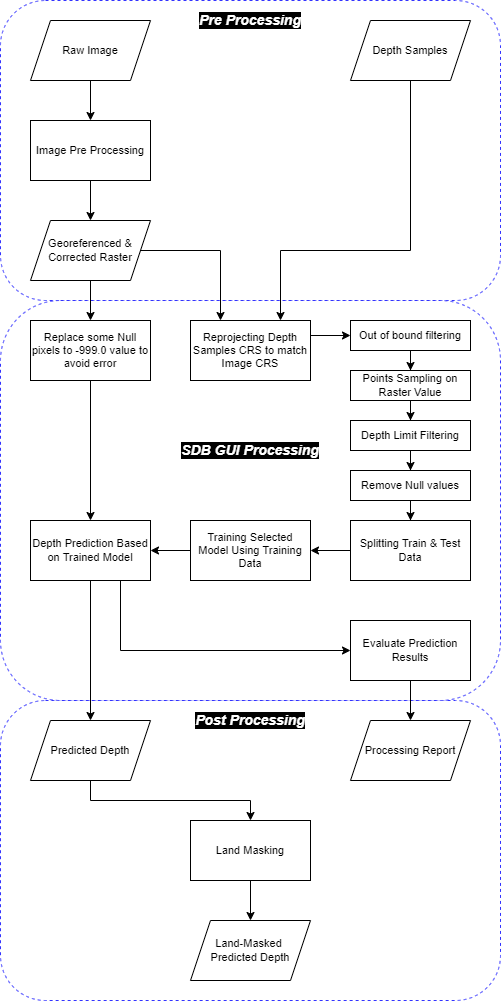
Before: workflow_sdb_gui.png, a diagram exported from draw.io (rifqiharrys/sdb_gui). Source tidied: cells renumbered, new cells last; positions are measured from the earlier drawing's top-left corner, leaving out a move shared by most shapes.
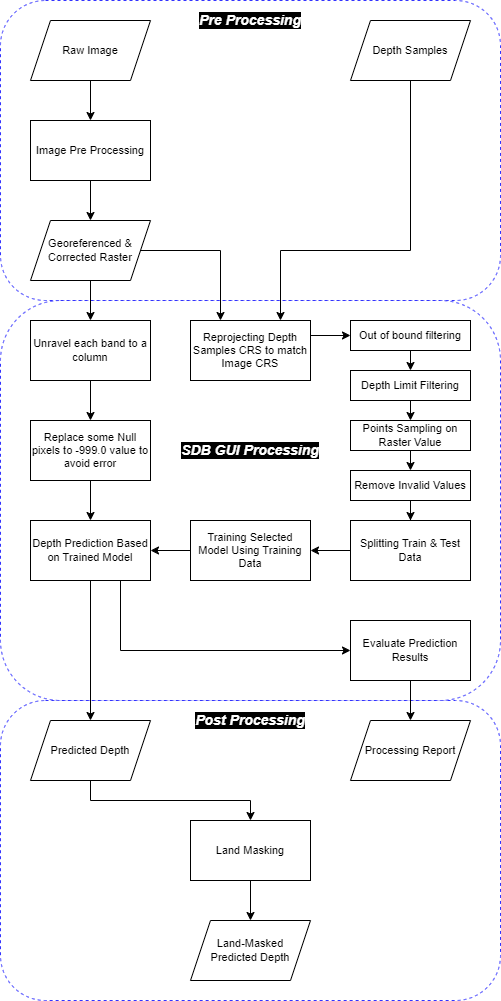
After the commit.

What changed in the source:
```diff
@@ -14,7 +14,7 @@
     <mxCell id="5" style="edgeStyle=orthogonalEdgeStyle;rounded=0;jettySize=auto;html=1;fontSize=11;entryX=0.25;entryY=0;entryDx=0;entryDy=0;" parent="1" edge="1" source="7" target="11">
       <mxGeometry relative="1" as="geometry" />
     </mxCell>
-    <mxCell id="6" style="edgeStyle=orthogonalEdgeStyle;rounded=0;jettySize=auto;html=1;" parent="1" edge="1" source="7" target="35">
+    <mxCell id="6" style="edgeStyle=orthogonalEdgeStyle;rounded=0;jettySize=auto;html=1;entryX=0.5;entryY=0;entryDx=0;entryDy=0;" parent="1" edge="1" source="7" target="44">
       <mxGeometry relative="1" as="geometry" />
     </mxCell>
     <mxCell id="7" value="Georeferenced &amp;amp; Corrected Raster" style="shape=parallelogram;perimeter=parallelogramPerimeter;whiteSpace=wrap;html=1;fixedSize=1;fontSize=11;" parent="1" vertex="1">
@@ -107,9 +107,9 @@
       <mxGeometry relative="1" as="geometry" />
     </mxCell>
     <mxCell id="35" value="Replace some Null pixels to -999.0 value to avoid error" style="rounded=0;whiteSpace=wrap;html=1;fontSize=11;" parent="1" vertex="1">
-      <mxGeometry x="30" y="320" width="120" height="60" as="geometry" />
+      <mxGeometry x="30" y="420" width="120" height="60" as="geometry" />
     </mxCell>
-    <mxCell id="36" style="edgeStyle=orthogonalEdgeStyle;rounded=0;jettySize=auto;html=1;exitX=0.5;exitY=1;exitDx=0;exitDy=0;" parent="1" edge="1" source="37" target="41">
+    <mxCell id="36" style="edgeStyle=orthogonalEdgeStyle;rounded=0;jettySize=auto;html=1;exitX=0.5;exitY=1;exitDx=0;exitDy=0;entryX=0.5;entryY=0;entryDx=0;entryDy=0;" parent="1" edge="1" source="37" target="43">
       <mxGeometry relative="1" as="geometry" />
     </mxCell>
     <mxCell id="37" value="Out of bound filtering" style="rounded=0;whiteSpace=wrap;html=1;fontSize=11;" parent="1" vertex="1">
@@ -118,20 +118,28 @@
     <mxCell id="38" style="edgeStyle=orthogonalEdgeStyle;rounded=0;jettySize=auto;html=1;exitX=0.5;exitY=1;exitDx=0;exitDy=0;" parent="1" edge="1" source="39" target="25">
       <mxGeometry relative="1" as="geometry" />
     </mxCell>
-    <mxCell id="39" value="Remove Null values" style="rounded=0;whiteSpace=wrap;html=1;fontSize=11;" parent="1" vertex="1">
+    <mxCell id="39" value="Remove Invalid Values" style="rounded=0;whiteSpace=wrap;html=1;fontSize=11;" parent="1" vertex="1">
       <mxGeometry x="350" y="470" width="120" height="30" as="geometry" />
     </mxCell>
-    <mxCell id="40" style="edgeStyle=orthogonalEdgeStyle;rounded=0;jettySize=auto;html=1;exitX=0.5;exitY=1;exitDx=0;exitDy=0;" parent="1" edge="1" source="41" target="43">
-      <mxGeometry relative="1" as="geometry" />
+    <mxCell id="40" style="edgeStyle=orthogonalEdgeStyle;rounded=0;jettySize=auto;html=1;exitX=0.5;exitY=1;exitDx=0;exitDy=0;" parent="1" edge="1" source="41">
+      <mxGeometry relative="1" as="geometry">
+        <mxPoint x="410" y="470" as="targetPoint" />
+      </mxGeometry>
     </mxCell>
     <mxCell id="41" value="Points Sampling on Raster Value" style="rounded=0;whiteSpace=wrap;html=1;fontSize=11;" parent="1" vertex="1">
-      <mxGeometry x="350" y="370" width="120" height="30" as="geometry" />
+      <mxGeometry x="350" y="420" width="120" height="30" as="geometry" />
     </mxCell>
-    <mxCell id="42" style="edgeStyle=orthogonalEdgeStyle;rounded=0;jettySize=auto;html=1;exitX=0.5;exitY=1;exitDx=0;exitDy=0;" parent="1" edge="1" source="43" target="39">
+    <mxCell id="42" style="edgeStyle=orthogonalEdgeStyle;rounded=0;jettySize=auto;html=1;exitX=0.5;exitY=1;exitDx=0;exitDy=0;entryX=0.5;entryY=0;entryDx=0;entryDy=0;" parent="1" edge="1" source="43" target="41">
       <mxGeometry relative="1" as="geometry" />
     </mxCell>
     <mxCell id="43" value="Depth Limit Filtering" style="rounded=0;whiteSpace=wrap;html=1;fontSize=11;" parent="1" vertex="1">
-      <mxGeometry x="350" y="420" width="120" height="30" as="geometry" />
+      <mxGeometry x="350" y="370" width="120" height="30" as="geometry" />
     </mxCell>
+    <mxCell id="44" value="Unravel each band to a column" style="rounded=0;whiteSpace=wrap;html=1;fontSize=11;" parent="1" vertex="1">
+      <mxGeometry x="30" y="320" width="120" height="60" as="geometry" />
+    </mxCell>
+    <mxCell id="45" style="edgeStyle=orthogonalEdgeStyle;rounded=0;jettySize=auto;html=1;entryX=0.5;entryY=0;entryDx=0;entryDy=0;exitX=0.5;exitY=1;exitDx=0;exitDy=0;" parent="1" edge="1" source="44" target="35">
+      <mxGeometry relative="1" as="geometry" />
+    </mxCell>
   </root>
 </mxGraphModel>
```
